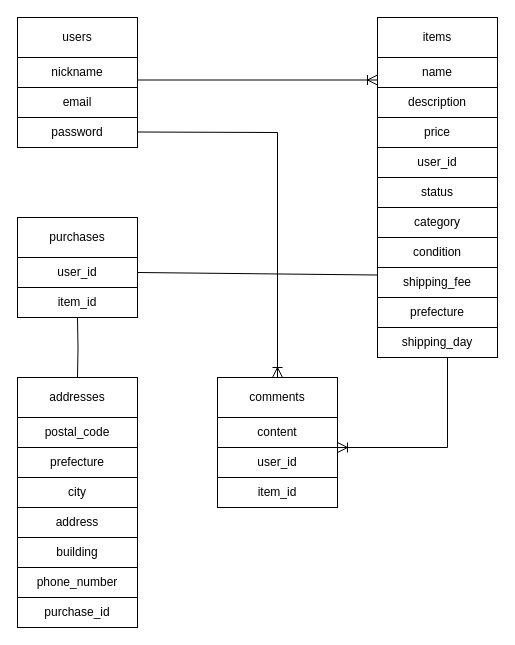
Above: ER.dio in shou130521/furima-47305 (draw.io), before the change. Source tidied: cells renumbered, new cells numbered last; positions are measured from the earlier drawing's top-left corner, leaving out a move shared by most shapes. Both pictures are drawn from the tidied source at 100%, with x=0, y=0 at pixel (17, 17).
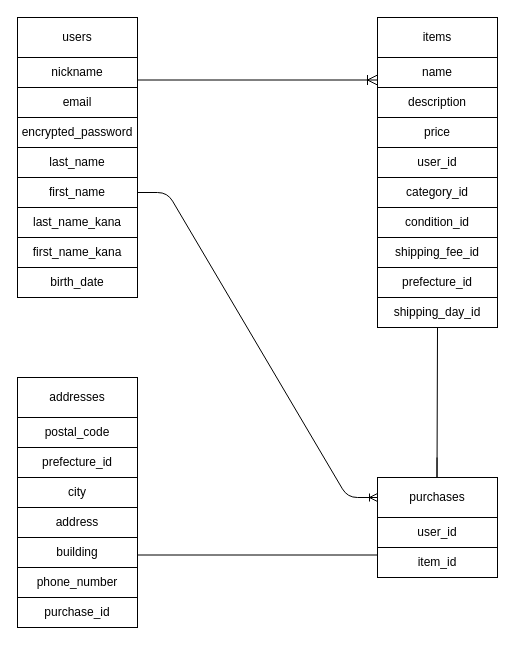
Above is the later version.

Commit message (it also covers changes not shown here):
コードレビューに沿ってDB設計を修正

The change refers to these unchanged cells:
```xml
<mxCell id="10" value="addresses" style="rounded=0;whiteSpace=wrap;html=1;" parent="1" vertex="1">
  <mxGeometry y="360" width="120" height="40" as="geometry" />
</mxCell>
<mxCell id="28" value="building" style="rounded=0;whiteSpace=wrap;html=1;" parent="1" vertex="1">
  <mxGeometry y="520" width="120" height="30" as="geometry" />
</mxCell>
```

The edit, as a diff of the source:
```diff
@@
-    <mxCell id="5" value="password" style="rounded=0;whiteSpace=wrap;html=1;" parent="1" vertex="1">
+    <mxCell id="5" value="encrypted_password" style="rounded=0;whiteSpace=wrap;html=1;" parent="1" vertex="1">
       <mxGeometry y="100" width="120" height="30" as="geometry" />
     </mxCell>
@@
     <mxCell id="9" value="purchases" style="rounded=0;whiteSpace=wrap;html=1;" parent="1" vertex="1">
-      <mxGeometry y="200" width="120" height="40" as="geometry" />
+      <mxGeometry x="360" y="460" width="120" height="40" as="geometry" />
     </mxCell>
@@
-    <mxCell id="13" value="status" style="rounded=0;whiteSpace=wrap;html=1;" parent="1" vertex="1">
-      <mxGeometry x="360" y="160" width="120" height="30" as="geometry" />
-    </mxCell>
-    <mxCell id="14" value="category" style="rounded=0;whiteSpace=wrap;html=1;" parent="1" vertex="1">
-      <mxGeometry x="360" y="190" width="120" height="30" as="geometry" />
-    </mxCell>
-    <mxCell id="15" value="condition" style="rounded=0;whiteSpace=wrap;html=1;" parent="1" vertex="1">
-      <mxGeometry x="360" y="220" width="120" height="30" as="geometry" />
-    </mxCell>
-    <mxCell id="16" value="shipping_fee" style="rounded=0;whiteSpace=wrap;html=1;" parent="1" vertex="1">
-      <mxGeometry x="360" y="250" width="120" height="30" as="geometry" />
-    </mxCell>
-    <mxCell id="17" value="shipping_day" style="rounded=0;whiteSpace=wrap;html=1;" parent="1" vertex="1">
-      <mxGeometry x="360" y="310" width="120" height="30" as="geometry" />
-    </mxCell>
-    <mxCell id="18" value="prefecture" style="rounded=0;whiteSpace=wrap;html=1;" parent="1" vertex="1">
-      <mxGeometry x="360" y="280" width="120" height="30" as="geometry" />
-    </mxCell>
     <mxCell id="19" value="user_id" style="rounded=0;whiteSpace=wrap;html=1;" parent="1" vertex="1">
-      <mxGeometry y="240" width="120" height="30" as="geometry" />
+      <mxGeometry x="360" y="500" width="120" height="30" as="geometry" />
     </mxCell>
     <mxCell id="20" value="item_id" style="rounded=0;whiteSpace=wrap;html=1;" parent="1" vertex="1">
-      <mxGeometry y="270" width="120" height="30" as="geometry" />
+      <mxGeometry x="360" y="530" width="120" height="30" as="geometry" />
     </mxCell>
-    <mxCell id="21" value="comments" style="rounded=0;whiteSpace=wrap;html=1;" parent="1" vertex="1">
-      <mxGeometry x="200" y="360" width="120" height="40" as="geometry" />
-    </mxCell>
-    <mxCell id="22" value="content" style="rounded=0;whiteSpace=wrap;html=1;" parent="1" vertex="1">
-      <mxGeometry x="200" y="400" width="120" height="30" as="geometry" />
-    </mxCell>
-    <mxCell id="23" value="user_id" style="rounded=0;whiteSpace=wrap;html=1;" parent="1" vertex="1">
-      <mxGeometry x="200" y="430" width="120" height="30" as="geometry" />
-    </mxCell>
-    <mxCell id="24" value="item_id" style="rounded=0;whiteSpace=wrap;html=1;" parent="1" vertex="1">
-      <mxGeometry x="200" y="460" width="120" height="30" as="geometry" />
-    </mxCell>
@@
-    <mxCell id="30" value="prefecture" style="rounded=0;whiteSpace=wrap;html=1;" parent="1" vertex="1">
-      <mxGeometry y="430" width="120" height="30" as="geometry" />
-    </mxCell>
@@
-    <mxCell id="32" style="edgeStyle=orthogonalEdgeStyle;fontSize=12;html=1;endArrow=ERoneToMany;rounded=0;startSize=8;endSize=8;entryX=1;entryY=0;entryDx=0;entryDy=0;" parent="1" edge="1" target="23">
-      <mxGeometry relative="1" as="geometry">
-        <mxPoint x="430" y="340" as="sourcePoint" />
-        <Array as="points">
-          <mxPoint x="430" y="430" />
-        </Array>
-      </mxGeometry>
-    </mxCell>
-    <mxCell id="33" style="endArrow=none;html=1;rounded=0;fontSize=12;startSize=8;endSize=8;edgeStyle=orthogonalEdgeStyle;entryX=0.5;entryY=0;entryDx=0;entryDy=0;" parent="1" edge="1" target="10">
+    <mxCell id="33" style="endArrow=none;html=1;rounded=0;fontSize=12;startSize=8;endSize=8;edgeStyle=orthogonalEdgeStyle;exitX=0;exitY=0.25;exitDx=0;exitDy=0;entryX=1;entryY=0;entryDx=0;entryDy=0;" parent="1" edge="1" source="20" target="28">
       <mxGeometry relative="1" as="geometry">
-        <mxPoint x="60" y="300" as="sourcePoint" />
+        <Array as="points">
+          <mxPoint x="120" y="538" />
+        </Array>
       </mxGeometry>
     </mxCell>
@@
-    <mxCell id="35" style="endArrow=none;html=1;rounded=0;fontSize=12;startSize=8;endSize=8;entryX=1;entryY=0.5;entryDx=0;entryDy=0;exitX=0;exitY=0.25;exitDx=0;exitDy=0;" parent="1" edge="1" source="16" target="19">
-      <mxGeometry relative="1" as="geometry" />
+    <mxCell id="35" style="endArrow=none;html=1;rounded=0;fontSize=12;startSize=8;endSize=8;entryX=0.5;entryY=1;entryDx=0;entryDy=0;" parent="1" edge="1" target="46">
+      <mxGeometry relative="1" as="geometry">
+        <mxPoint x="419.5" y="440" as="sourcePoint" />
+        <Array as="points">
+          <mxPoint x="419.5" y="460" />
+        </Array>
+      </mxGeometry>
     </mxCell>
-    <mxCell id="36" style="fontSize=12;html=1;endArrow=ERoneToMany;rounded=0;startSize=8;endSize=8;exitX=1;exitY=0.75;exitDx=0;exitDy=0;entryX=0.5;entryY=0;entryDx=0;entryDy=0;" parent="1" edge="1" target="21">
-      <mxGeometry relative="1" as="geometry">
-        <mxPoint x="120" y="114.5" as="sourcePoint" />
-        <Array as="points">
-          <mxPoint x="260" y="115" />
-        </Array>
-      </mxGeometry>
-    </mxCell>
+    <mxCell id="37" style="edgeStyle=entityRelationEdgeStyle;fontSize=12;html=1;endArrow=ERoneToMany;entryX=0;entryY=0.5;entryDx=0;entryDy=0;exitX=1;exitY=0.5;exitDx=0;exitDy=0;" parent="1" edge="1" source="41" target="9">
+      <mxGeometry relative="1" as="geometry">
+        <Array as="points">
+          <mxPoint x="70" y="210" />
+          <mxPoint x="60" y="210" />
+          <mxPoint x="70" y="150" />
+          <mxPoint x="180" y="330" />
+          <mxPoint x="180" y="330" />
+          <mxPoint x="160" y="290" />
+          <mxPoint x="70" y="280" />
+        </Array>
+      </mxGeometry>
+    </mxCell>
+    <mxCell id="38" value="birth_date" style="rounded=0;whiteSpace=wrap;html=1;" parent="1" vertex="1">
+      <mxGeometry y="250" width="120" height="30" as="geometry" />
+    </mxCell>
+    <mxCell id="39" value="first_name_kana" style="rounded=0;whiteSpace=wrap;html=1;" parent="1" vertex="1">
+      <mxGeometry y="220" width="120" height="30" as="geometry" />
+    </mxCell>
+    <mxCell id="40" value="last_name_kana" style="rounded=0;whiteSpace=wrap;html=1;" parent="1" vertex="1">
+      <mxGeometry y="190" width="120" height="30" as="geometry" />
+    </mxCell>
+    <mxCell id="41" value="first_name" style="rounded=0;whiteSpace=wrap;html=1;" parent="1" vertex="1">
+      <mxGeometry y="160" width="120" height="30" as="geometry" />
+    </mxCell>
+    <mxCell id="42" value="last_name" style="rounded=0;whiteSpace=wrap;html=1;" parent="1" vertex="1">
+      <mxGeometry y="130" width="120" height="30" as="geometry" />
+    </mxCell>
+    <mxCell id="43" value="category_id" style="rounded=0;whiteSpace=wrap;html=1;" parent="1" vertex="1">
+      <mxGeometry x="360" y="160" width="120" height="30" as="geometry" />
+    </mxCell>
+    <mxCell id="44" value="condition_id" style="rounded=0;whiteSpace=wrap;html=1;" parent="1" vertex="1">
+      <mxGeometry x="360" y="190" width="120" height="30" as="geometry" />
+    </mxCell>
+    <mxCell id="45" value="shipping_fee_id" style="rounded=0;whiteSpace=wrap;html=1;" parent="1" vertex="1">
+      <mxGeometry x="360" y="220" width="120" height="30" as="geometry" />
+    </mxCell>
+    <mxCell id="46" value="shipping_day_id" style="rounded=0;whiteSpace=wrap;html=1;" parent="1" vertex="1">
+      <mxGeometry x="360" y="280" width="120" height="30" as="geometry" />
+    </mxCell>
+    <mxCell id="47" value="prefecture_id" style="rounded=0;whiteSpace=wrap;html=1;" parent="1" vertex="1">
+      <mxGeometry x="360" y="250" width="120" height="30" as="geometry" />
+    </mxCell>
+    <mxCell id="48" value="prefecture_id" style="rounded=0;whiteSpace=wrap;html=1;" parent="1" vertex="1">
+      <mxGeometry y="430" width="120" height="30" as="geometry" />
+    </mxCell>
```
